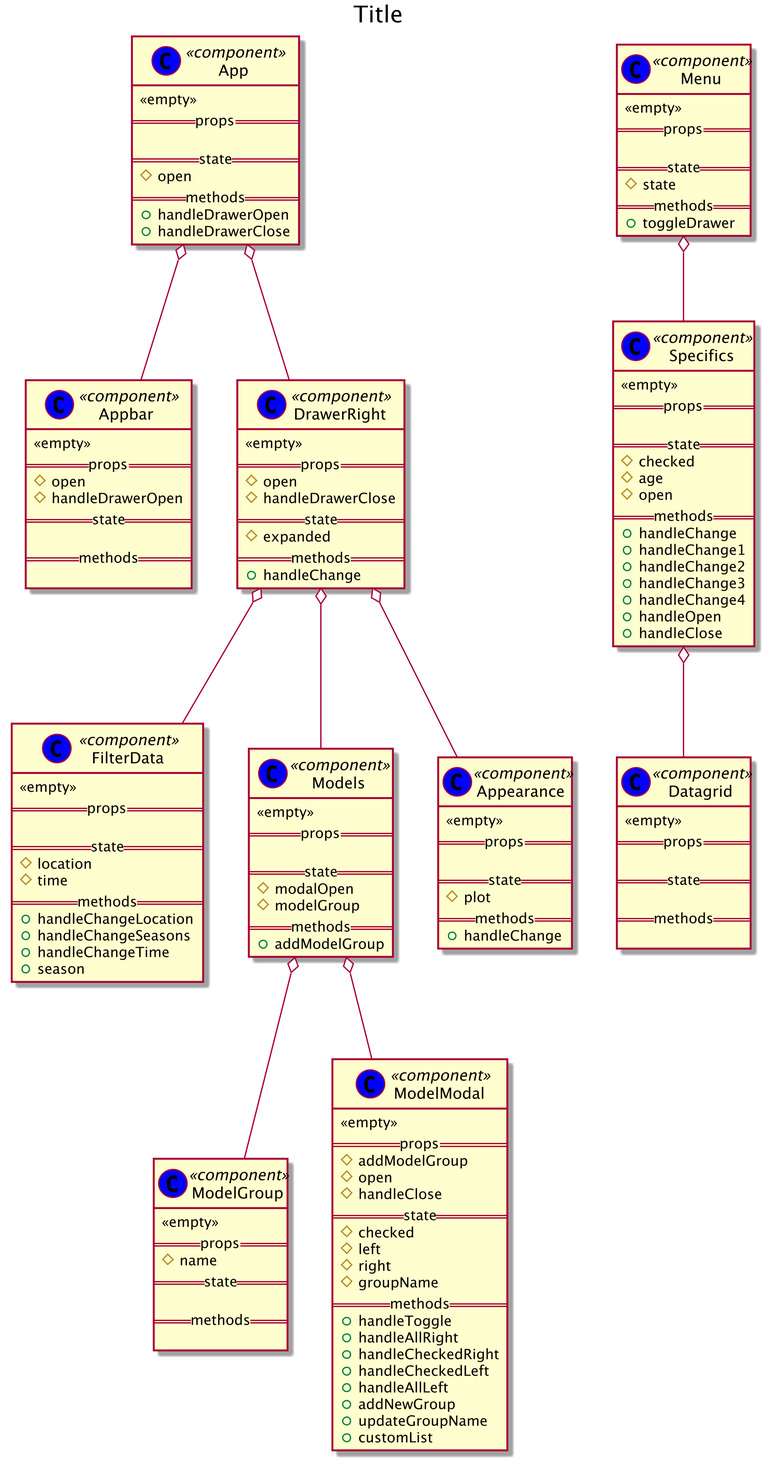
thomasmarwitz/reactUML keeps this PlantUML diagram as generated.png. Above is the earlier version. Its diagram source:
```plantuml
@startuml
title Title
skinparam dpi 300
class "FilterData" << (C,blue) component >> {
    <<empty>>
    ==props==

    ==state==
    #location
    #time
    ==methods==
    +handleChangeLocation
    +handleChangeSeasons
    +handleChangeTime
    +season
}

class "Appbar" << (C,blue) component >> {
    <<empty>>
    ==props==
    #open
    #handleDrawerOpen
    ==state==

    ==methods==

}

class "ModelGroup" << (C,blue) component >> {
    <<empty>>
    ==props==
    #name
    ==state==

    ==methods==

}

class "Models" << (C,blue) component >> {
    <<empty>>
    ==props==

    ==state==
    #modalOpen
    #modelGroup
    ==methods==
    +addModelGroup
}

class "ModelModal" << (C,blue) component >> {
    <<empty>>
    ==props==
    #addModelGroup
    #open
    #handleClose
    ==state==
    #checked
    #left
    #right
    #groupName
    ==methods==
    +handleToggle
    +handleAllRight
    +handleCheckedRight
    +handleCheckedLeft
    +handleAllLeft
    +addNewGroup
    +updateGroupName
    +customList
}

class "DrawerRight" << (C,blue) component >> {
    <<empty>>
    ==props==
    #open
    #handleDrawerClose
    ==state==
    #expanded
    ==methods==
    +handleChange
}

class "Specifics" << (C,blue) component >> {
    <<empty>>
    ==props==

    ==state==
    #checked
    #age
    #open
    ==methods==
    +handleChange
    +handleChange1
    +handleChange2
    +handleChange3
    +handleChange4
    +handleOpen
    +handleClose
}

class "Appearance" << (C,blue) component >> {
    <<empty>>
    ==props==

    ==state==
    #plot
    ==methods==
    +handleChange
}

class "Menu" << (C,blue) component >> {
    <<empty>>
    ==props==

    ==state==
    #state
    ==methods==
    +toggleDrawer
}

class "App" << (C,blue) component >> {
    <<empty>>
    ==props==

    ==state==
    #open
    ==methods==
    +handleDrawerOpen
    +handleDrawerClose
}

class "Datagrid" << (C,blue) component >> {
    <<empty>>
    ==props==

    ==state==

    ==methods==

}
Models o-- ModelGroup
Models o-- ModelModal
DrawerRight o-- FilterData
DrawerRight o-- Models
DrawerRight o-- Appearance
Specifics o-- Datagrid
Menu o-- Specifics
App o-- Appbar
App o-- DrawerRight

@enduml
```
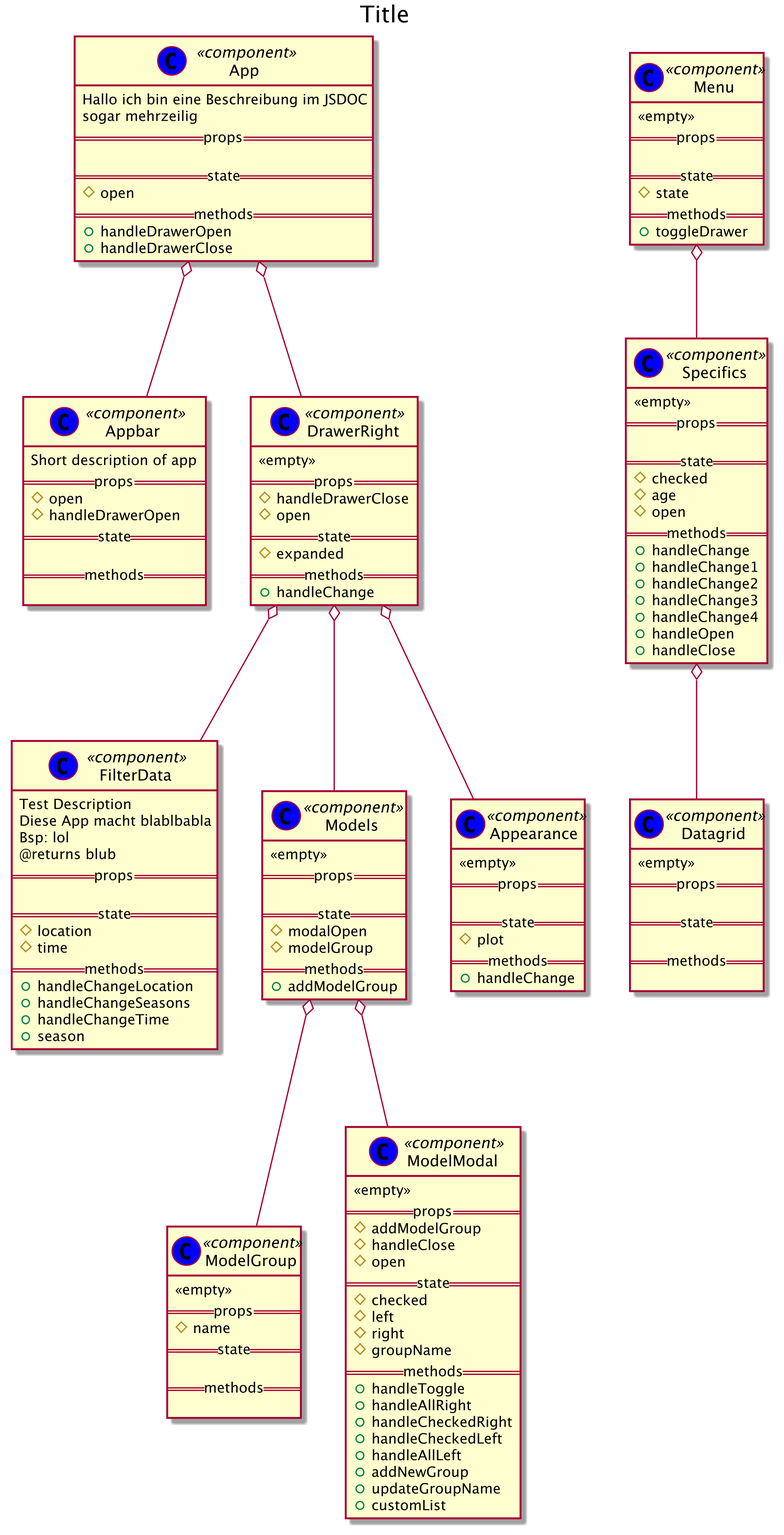
Later version of the same file.

Change to the diagram source:
```diff
@@ -2,7 +2,10 @@
 title Title
 skinparam dpi 300
 class "FilterData" << (C,blue) component >> {
-    <<empty>>
+    Test Description
+Diese App macht blablbabla
+Bsp: lol
+@returns blub
     ==props==
 
     ==state==
@@ -16,7 +19,7 @@
 }
 
 class "Appbar" << (C,blue) component >> {
-    <<empty>>
+    Short description of app
     ==props==
     #open
     #handleDrawerOpen
@@ -51,8 +54,8 @@
     <<empty>>
     ==props==
     #addModelGroup
+    #handleClose
     #open
-    #handleClose
     ==state==
     #checked
     #left
@@ -72,8 +75,8 @@
 class "DrawerRight" << (C,blue) component >> {
     <<empty>>
     ==props==
+    #handleDrawerClose
     #open
-    #handleDrawerClose
     ==state==
     #expanded
     ==methods==
@@ -119,7 +122,8 @@
 }
 
 class "App" << (C,blue) component >> {
-    <<empty>>
+    Hallo ich bin eine Beschreibung im JSDOC
+sogar mehrzeilig
     ==props==
 
     ==state==
```
